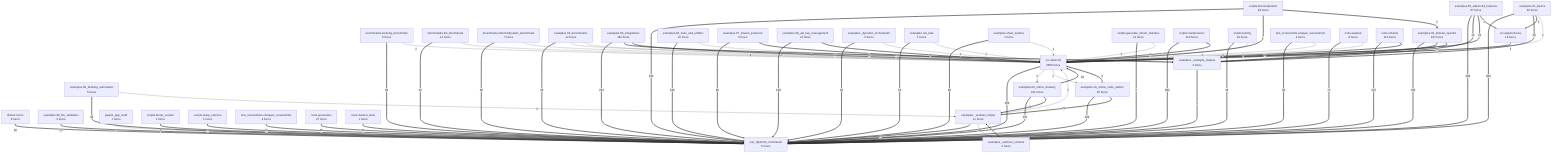
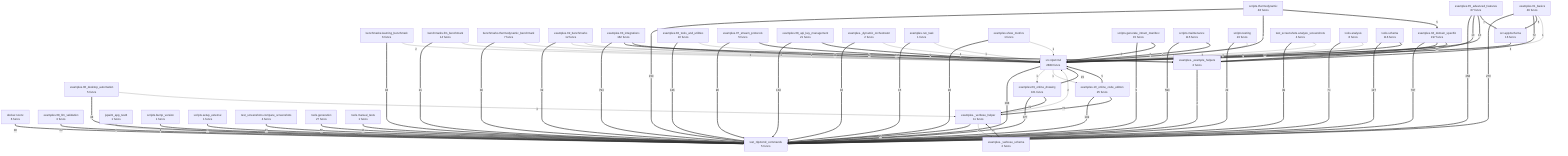
flowchart TD
%% generated in 0.08s
    benchmarks__learning_benchmark["benchmarks.learning_benchmark<br/>6 funcs"]
    benchmarks__llm_benchmark["benchmarks.llm_benchmark<br/>14 funcs"]
    benchmarks__thermodynamic_benchmark["benchmarks.thermodynamic_benchmark<br/>7 funcs"]
    docker__novnc["docker.novnc<br/>6 funcs"]
    examples__01_basics["examples.01_basics<br/>46 funcs"]
    examples__02_benchmarks["examples.02_benchmarks<br/>12 funcs"]
    examples__03_integrations["examples.03_integrations<br/>162 funcs"]
    examples__04_domain_specific["examples.04_domain_specific<br/>197 funcs"]
    examples__05_advanced_features["examples.05_advanced_features<br/>67 funcs"]
    examples__06_desktop_automation["examples.06_desktop_automation<br/>5 funcs"]
    examples__06_tools_and_utilities["examples.06_tools_and_utilities<br/>10 funcs"]
    examples__07_stream_protocols["examples.07_stream_protocols<br/>5 funcs"]
    examples__08_api_key_management["examples.08_api_key_management<br/>21 funcs"]
    examples__08_llm_validation["examples.08_llm_validation<br/>3 funcs"]
    examples__09_online_drawing["examples.09_online_drawing<br/>101 funcs"]
    examples__10_online_code_editors["examples.10_online_code_editors<br/>25 funcs"]
    examples___dynamic_orchestrator["examples._dynamic_orchestrator<br/>2 funcs"]
    examples___example_helpers["examples._example_helpers<br/>2 funcs"]
    examples___verbose_helper["examples._verbose_helper<br/>11 funcs"]
    examples___verbose_schema["examples._verbose_schema<br/>2 funcs"]
    examples__run_task["examples.run_task<br/>1 funcs"]
    examples__show_metrics["examples.show_metrics<br/>1 funcs"]
    jspaint_app_test4["jspaint_app_test4<br/>1 funcs"]
    scripts__bump_version["scripts.bump_version<br/>1 funcs"]
-     scripts__generate_intract_manifest["scripts.generate_intract_manifest<br/>13 funcs"]
+     scripts__generate_intract_manifest["scripts.generate_intract_manifest<br/>15 funcs"]
    scripts__maintenance["scripts.maintenance<br/>115 funcs"]
    scripts__setup_external["scripts.setup_external<br/>1 funcs"]
    scripts__testing["scripts.testing<br/>23 funcs"]
    scripts__thermodynamic["scripts.thermodynamic<br/>48 funcs"]
    src__app2schema["src.app2schema<br/>16 funcs"]
-     src__nlp2cmd["src.nlp2cmd<br/>2850 funcs"]
+     src__nlp2cmd["src.nlp2cmd<br/>2889 funcs"]
    test_nlp2cmd_commands["test_nlp2cmd_commands<br/>5 funcs"]
    test_screenshots__analyze_screenshots["test_screenshots.analyze_screenshots<br/>4 funcs"]
    test_screenshots__compare_screenshots["test_screenshots.compare_screenshots<br/>4 funcs"]
    tools__analysis["tools.analysis<br/>8 funcs"]
    tools__generation["tools.generation<br/>27 funcs"]
    tools__manual_tests["tools.manual_tests<br/>1 funcs"]
    tools__schema["tools.schema<br/>116 funcs"]
-     examples__04_domain_specific ==>|795| test_nlp2cmd_commands
+     examples__04_domain_specific ==>|797| test_nlp2cmd_commands
    examples__03_integrations ==>|793| test_nlp2cmd_commands
    scripts__maintenance ==>|593| test_nlp2cmd_commands
    examples__05_advanced_features ==>|458| test_nlp2cmd_commands
    examples__09_online_drawing ==>|377| test_nlp2cmd_commands
-     src__nlp2cmd ==>|356| test_nlp2cmd_commands
-     examples__01_basics ==>|266| test_nlp2cmd_commands
+     src__nlp2cmd ==>|368| test_nlp2cmd_commands
+     examples__01_basics ==>|270| test_nlp2cmd_commands
    scripts__thermodynamic ==>|159| test_nlp2cmd_commands
    examples__10_online_code_editors ==>|139| test_nlp2cmd_commands
    examples__06_tools_and_utilities ==>|136| test_nlp2cmd_commands
    tools__schema ==>|127| test_nlp2cmd_commands
    examples__08_api_key_management ==>|104| test_nlp2cmd_commands
    examples__07_stream_protocols ==>|90| test_nlp2cmd_commands
    tools__analysis ==>|74| test_nlp2cmd_commands
+     examples__01_basics ==>|72| examples___example_helpers
    examples__10_online_code_editors ==>|72| examples___verbose_helper
    examples__02_benchmarks ==>|69| test_nlp2cmd_commands
-     examples__01_basics ==>|69| examples___example_helpers
    tools__generation ==>|56| test_nlp2cmd_commands
    examples__04_domain_specific ==>|50| examples___example_helpers
    examples__03_integrations ==>|48| examples___example_helpers
    examples__06_desktop_automation ==>|48| test_nlp2cmd_commands
    test_screenshots__analyze_screenshots ==>|39| test_nlp2cmd_commands
    benchmarks__thermodynamic_benchmark ==>|38| test_nlp2cmd_commands
    docker__novnc ==>|30| test_nlp2cmd_commands
    scripts__testing ==>|29| test_nlp2cmd_commands
    examples__show_metrics ==>|26| test_nlp2cmd_commands
    examples___verbose_helper ==>|25| test_nlp2cmd_commands
    examples__08_llm_validation ==>|24| test_nlp2cmd_commands
    examples__09_online_drawing ==>|21| examples___verbose_helper
    benchmarks__llm_benchmark ==>|21| test_nlp2cmd_commands
    test_screenshots__compare_screenshots ==>|21| test_nlp2cmd_commands
    benchmarks__learning_benchmark ==>|18| test_nlp2cmd_commands
    examples__run_task ==>|15| test_nlp2cmd_commands
    examples__09_online_drawing ==>|15| src__nlp2cmd
    scripts__setup_external ==>|15| test_nlp2cmd_commands
    examples__03_integrations ==>|11| src__nlp2cmd
    examples__04_domain_specific ==>|11| src__nlp2cmd
    tools__manual_tests ==>|11| test_nlp2cmd_commands
    examples___verbose_schema ==>|10| examples___verbose_helper
    examples___dynamic_orchestrator ==>|10| test_nlp2cmd_commands
    examples__05_advanced_features ==>|10| examples___example_helpers
    examples__05_advanced_features ==>|10| src__nlp2cmd
    examples__08_api_key_management ==>|9| src__nlp2cmd
    examples__05_advanced_features ==>|7| src__app2schema
    examples__07_stream_protocols ==>|6| src__nlp2cmd
    scripts__thermodynamic ==>|6| src__nlp2cmd
    examples__01_basics ==>|5| src__app2schema
    examples__10_online_code_editors ==>|5| src__nlp2cmd
    tools__schema ==>|5| src__nlp2cmd
    scripts__thermodynamic ==>|5| examples__04_domain_specific
    scripts__maintenance ==>|5| src__nlp2cmd
    scripts__generate_intract_manifest ==>|5| test_nlp2cmd_commands
    examples___example_helpers ==>|4| test_nlp2cmd_commands
    src__app2schema ==>|4| src__nlp2cmd
    scripts__bump_version ==>|4| test_nlp2cmd_commands
+     scripts__generate_intract_manifest ==>|4| src__nlp2cmd
    examples__06_desktop_automation -->|3| examples___verbose_helper
    benchmarks__llm_benchmark -->|3| src__nlp2cmd
    benchmarks__thermodynamic_benchmark -->|3| src__nlp2cmd
    tools__analysis -->|3| src__nlp2cmd
-     scripts__generate_intract_manifest -->|3| src__nlp2cmd
    jspaint_app_test4 -->|2| test_nlp2cmd_commands
    examples___verbose_helper -->|2| src__nlp2cmd
    examples__02_benchmarks -->|2| examples___example_helpers
    benchmarks__learning_benchmark -->|2| src__nlp2cmd
    scripts__testing -->|2| src__nlp2cmd
    test_screenshots__analyze_screenshots -->|2| src__nlp2cmd
    examples__show_metrics -->|1| src__nlp2cmd
    examples___dynamic_orchestrator -->|1| src__nlp2cmd
    examples___verbose_helper -->|1| examples___verbose_schema
    examples__run_task -->|1| src__nlp2cmd
    examples__06_tools_and_utilities -->|1| src__nlp2cmd
    examples__02_benchmarks -->|1| src__nlp2cmd
    examples__01_basics -->|1| src__nlp2cmd
    src__nlp2cmd -->|1| examples__09_online_drawing
    src__nlp2cmd -->|1| examples__10_online_code_editors
